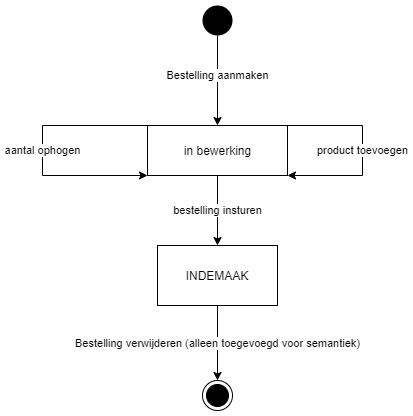
Above: documentatie/lifecycle/lifeCycle-bestellingen.drawio.png in Armaniimus/ARE_Galaxy-burger (draw.io), before the change. Source tidied: cells renumbered, new cells last; positions are measured from the earlier drawing's top-left corner, leaving out a move shared by most shapes.
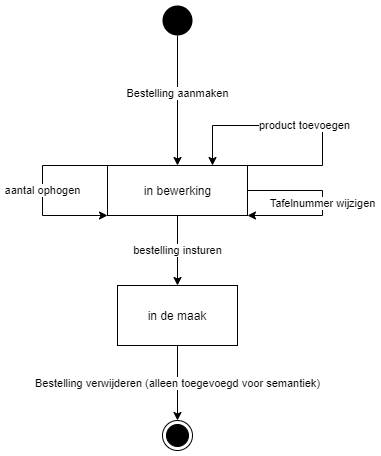
Above is the later version.

Diff of the diagram source:
```diff
@@ -5,38 +5,47 @@
     <mxCell id="2" value="bestelling insturen" style="edgeStyle=orthogonalEdgeStyle;rounded=0;jettySize=auto;html=1;exitX=0.5;exitY=1;exitDx=0;exitDy=0;entryX=0.5;entryY=0;entryDx=0;entryDy=0;" parent="1" edge="1" source="3" target="10">
       <mxGeometry relative="1" as="geometry" />
     </mxCell>
+    <mxCell id="11" value="Tafelnummer wijzigen" style="edgeStyle=orthogonalEdgeStyle;rounded=0;orthogonalLoop=1;jettySize=auto;html=1;exitX=1;exitY=0.5;exitDx=0;exitDy=0;entryX=1;entryY=1;entryDx=0;entryDy=0;" parent="1" edge="1" source="3" target="3">
+      <mxGeometry relative="1" as="geometry">
+        <Array as="points">
+          <mxPoint x="320" y="145" />
+          <mxPoint x="320" y="170" />
+        </Array>
+      </mxGeometry>
+    </mxCell>
     <mxCell id="3" value="in bewerking" style="html=1;" parent="1" vertex="1">
       <mxGeometry x="105" y="120" width="140" height="50" as="geometry" />
     </mxCell>
-    <mxCell id="4" value="Bestelling aanmaken" style="edgeStyle=orthogonalEdgeStyle;rounded=0;jettySize=auto;html=1;entryX=0.5;entryY=0;entryDx=0;entryDy=0;" parent="1" edge="1" source="5" target="3">
+    <mxCell id="4" value="Bestelling aanmaken" style="edgeStyle=orthogonalEdgeStyle;rounded=0;jettySize=auto;html=1;" parent="1" edge="1" source="5" target="3">
       <mxGeometry x="-0.11" relative="1" as="geometry" />
     </mxCell>
     <mxCell id="5" style="ellipse;fillColor=#000000;strokeColor=none;" parent="1" vertex="1">
-      <mxGeometry x="160" width="30" height="30" as="geometry" />
+      <mxGeometry x="160" y="-40" width="30" height="30" as="geometry" />
     </mxCell>
     <mxCell id="6" style="ellipse;html=1;shape=endState;fillColor=#000000;strokeColor=#000000;" parent="1" vertex="1">
       <mxGeometry x="160" y="375" width="30" height="30" as="geometry" />
     </mxCell>
-    <mxCell id="7" value="product toevoegen" style="edgeStyle=orthogonalEdgeStyle;rounded=0;orthogonalLoop=1;jettySize=auto;html=1;exitX=1;exitY=0;exitDx=0;exitDy=0;entryX=1;entryY=1;entryDx=0;entryDy=0;" parent="1" edge="1" source="3" target="3">
+    <mxCell id="7" value="product toevoegen" style="edgeStyle=orthogonalEdgeStyle;rounded=0;orthogonalLoop=1;jettySize=auto;html=1;exitX=1;exitY=0;exitDx=0;exitDy=0;entryX=0.75;entryY=0;entryDx=0;entryDy=0;" parent="1" edge="1" source="3" target="3">
       <mxGeometry relative="1" as="geometry">
         <Array as="points">
           <mxPoint x="320" y="120" />
-          <mxPoint x="320" y="170" />
+          <mxPoint x="320" y="80" />
+          <mxPoint x="210" y="80" />
         </Array>
       </mxGeometry>
     </mxCell>
     <mxCell id="8" value="aantal ophogen" style="edgeStyle=orthogonalEdgeStyle;rounded=0;orthogonalLoop=1;jettySize=auto;html=1;exitX=0;exitY=0;exitDx=0;exitDy=0;entryX=0;entryY=1;entryDx=0;entryDy=0;" parent="1" edge="1" source="3" target="3">
       <mxGeometry relative="1" as="geometry">
         <Array as="points">
-          <mxPoint y="120" />
-          <mxPoint y="170" />
+          <mxPoint x="40" y="120" />
+          <mxPoint x="40" y="170" />
         </Array>
       </mxGeometry>
     </mxCell>
     <mxCell id="9" value="&lt;span style=&quot;font-family: &amp;#34;helvetica&amp;#34;&quot;&gt;Bestelling verwijderen (alleen toegevoegd voor semantiek)&lt;/span&gt;" style="edgeStyle=orthogonalEdgeStyle;rounded=0;jettySize=auto;html=1;exitX=0.5;exitY=1;exitDx=0;exitDy=0;entryX=0.5;entryY=0;entryDx=0;entryDy=0;" parent="1" edge="1" source="10" target="6">
       <mxGeometry relative="1" as="geometry" />
     </mxCell>
-    <mxCell id="10" value="INDEMAAK" style="rounded=0;whiteSpace=wrap;html=1;" parent="1" vertex="1">
+    <mxCell id="10" value="in de maak" style="rounded=0;whiteSpace=wrap;html=1;" parent="1" vertex="1">
       <mxGeometry x="115" y="240" width="120" height="60" as="geometry" />
     </mxCell>
   </root>
```
